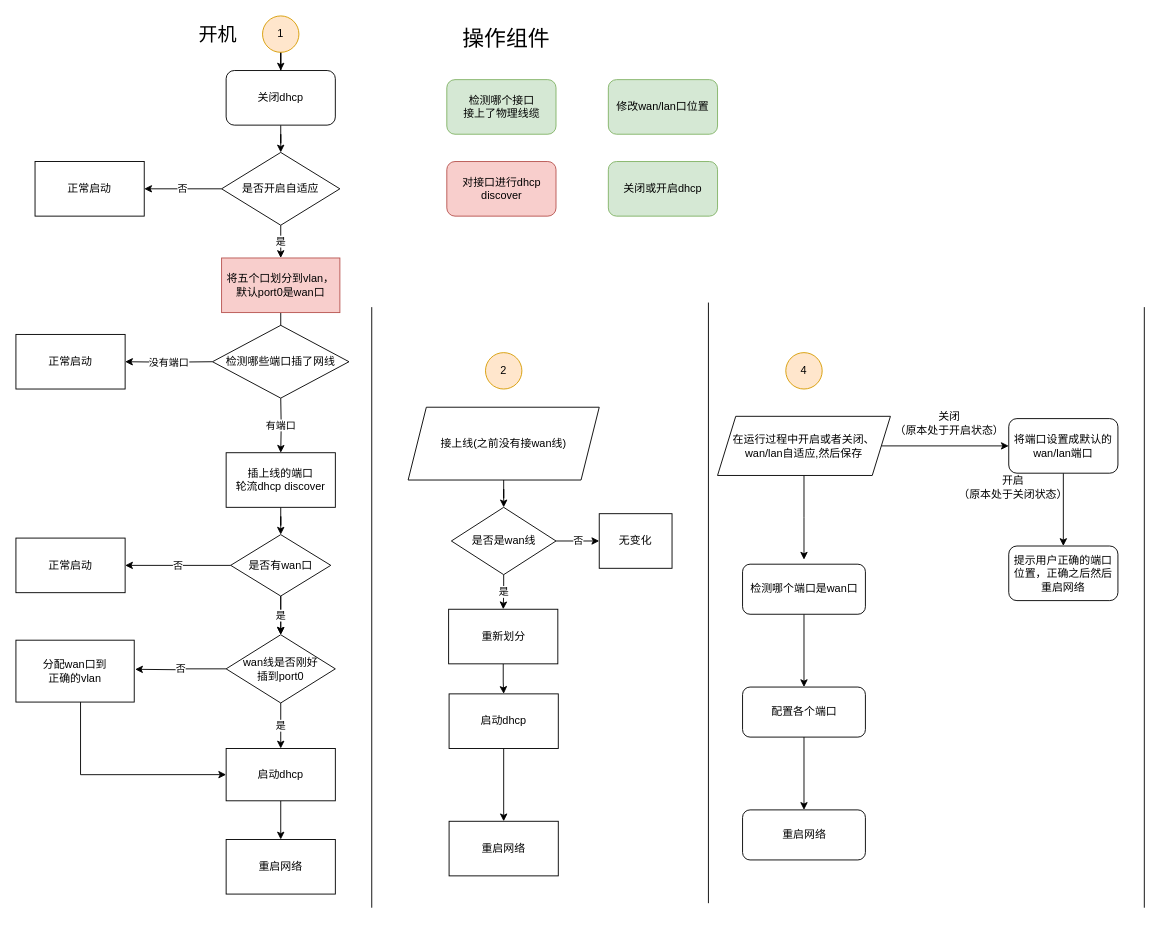
Earlier version of the draw.io diagram wan/lan_auto_seletct.drawio (EasternCabbage/draw.io). Source tidied: cells renumbered, new cells numbered last; positions are measured from the earlier drawing's top-left corner, leaving out a move shared by most shapes. Both pictures are drawn from the tidied source at 91%, with x=0, y=0 at pixel (15, 15).
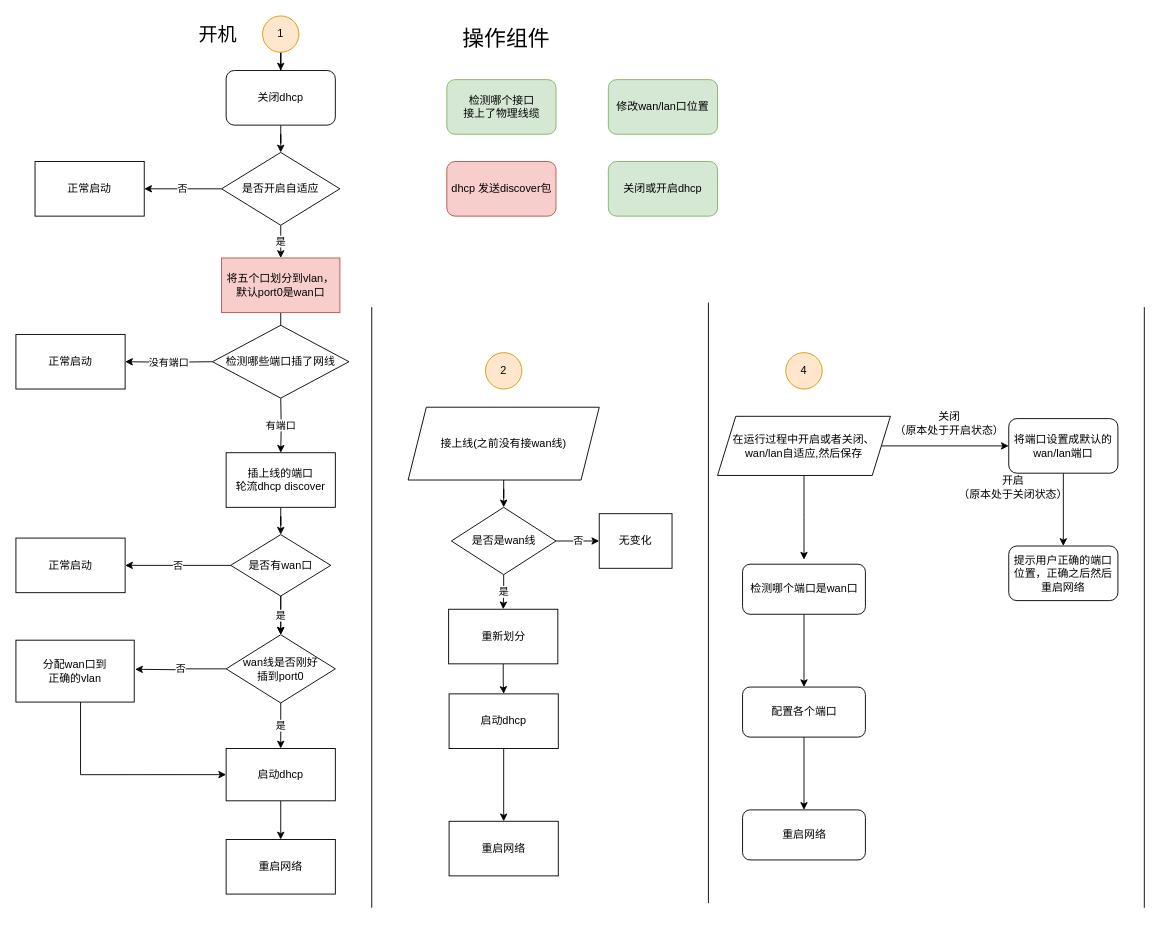
The same page after the edit.

Change to the diagram source:
```diff
@@
-    <mxCell id="26" value="对接口进行dhcp discover" style="rounded=1;whiteSpace=wrap;html=1;fillColor=#f8cecc;strokeColor=#b85450;" parent="1" vertex="1">
+    <mxCell id="26" value="dhcp 发送discover包" style="rounded=1;whiteSpace=wrap;html=1;fillColor=#f8cecc;strokeColor=#b85450;" parent="1" vertex="1">
       <mxGeometry x="473.5" y="160" width="120" height="60" as="geometry" />
     </mxCell>
```
